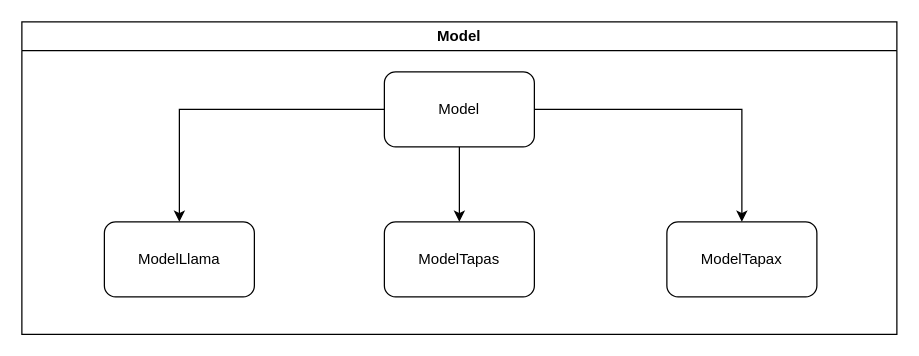
This is docs/documentation.drawio from GaborToth103/QATesting, a draw.io file, before an edit. Source tidied: cells renumbered, new cells numbered last; positions are measured from the earlier drawing's top-left corner, leaving out a move shared by most shapes. Both pictures are drawn from the tidied source at 125%, with x=0, y=0 at pixel (21, 21).
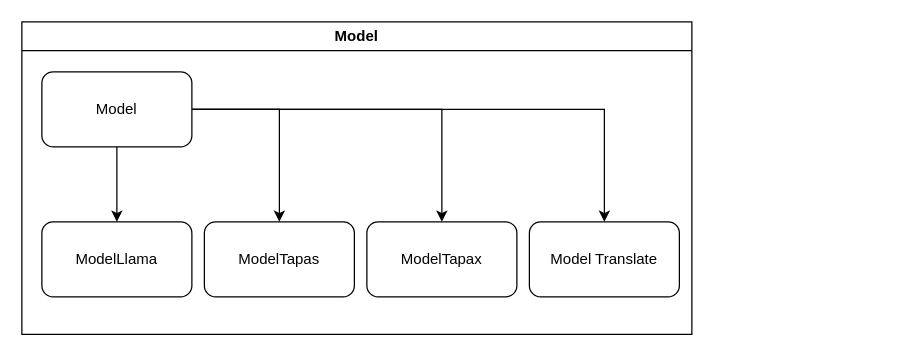
The same page after the edit.

Change to the diagram source:
```diff
@@
 <mxGraphModel>
   <root>
     <mxCell id="0" />
     <mxCell id="1" parent="0" />
     <mxCell id="2" value="Model" style="swimlane;whiteSpace=wrap;html=1;" parent="1" vertex="1">
-      <mxGeometry width="700" height="250" as="geometry" />
+      <mxGeometry width="536" height="250" as="geometry" />
     </mxCell>
     <mxCell id="3" style="edgeStyle=orthogonalEdgeStyle;rounded=0;jettySize=auto;html=1;" parent="2" edge="1" source="6" target="7">
       <mxGeometry relative="1" as="geometry" />
     </mxCell>
     <mxCell id="4" style="edgeStyle=orthogonalEdgeStyle;rounded=0;jettySize=auto;html=1;" parent="2" edge="1" source="6" target="8">
       <mxGeometry relative="1" as="geometry" />
     </mxCell>
     <mxCell id="5" style="edgeStyle=orthogonalEdgeStyle;rounded=0;jettySize=auto;html=1;" parent="2" edge="1" source="6" target="9">
       <mxGeometry relative="1" as="geometry" />
     </mxCell>
+    <mxCell id="10" style="edgeStyle=orthogonalEdgeStyle;rounded=0;jettySize=auto;html=1;" parent="2" edge="1" source="6" target="11">
+      <mxGeometry relative="1" as="geometry" />
+    </mxCell>
     <mxCell id="6" value="Model" style="rounded=1;whiteSpace=wrap;html=1;" parent="2" vertex="1">
-      <mxGeometry x="290" y="40" width="120" height="60" as="geometry" />
+      <mxGeometry x="16" y="40" width="120" height="60" as="geometry" />
     </mxCell>
     <mxCell id="7" value="ModelLlama" style="rounded=1;whiteSpace=wrap;html=1;" parent="2" vertex="1">
-      <mxGeometry x="66" y="160" width="120" height="60" as="geometry" />
+      <mxGeometry x="16" y="160" width="120" height="60" as="geometry" />
     </mxCell>
     <mxCell id="8" value="ModelTapas" style="rounded=1;whiteSpace=wrap;html=1;" parent="2" vertex="1">
-      <mxGeometry x="290" y="160" width="120" height="60" as="geometry" />
+      <mxGeometry x="146" y="160" width="120" height="60" as="geometry" />
     </mxCell>
     <mxCell id="9" value="ModelTapax" style="rounded=1;whiteSpace=wrap;html=1;" parent="2" vertex="1">
-      <mxGeometry x="516" y="160" width="120" height="60" as="geometry" />
+      <mxGeometry x="276" y="160" width="120" height="60" as="geometry" />
     </mxCell>
+    <mxCell id="11" value="Model Translate" style="rounded=1;whiteSpace=wrap;html=1;" parent="2" vertex="1">
+      <mxGeometry x="406" y="160" width="120" height="60" as="geometry" />
+    </mxCell>
   </root>
 </mxGraphModel>
```
